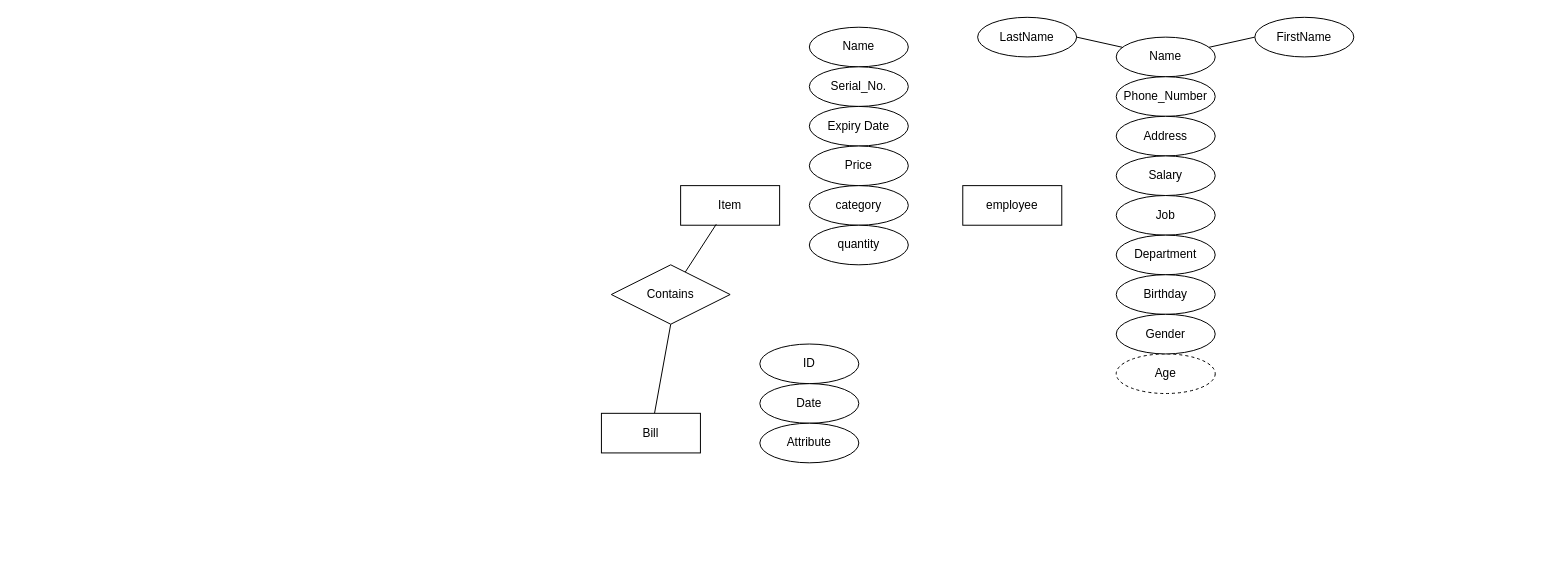
Earlier version of the draw.io diagram Untitled Diagram.drawio (Ray-Xerxes/Dating-app). Source tidied: cells renumbered, new cells numbered last; positions are measured from the earlier drawing's top-left corner, leaving out a move shared by most shapes. Both pictures are drawn from the tidied source at 99%, with x=0, y=0 at pixel (601, 17).
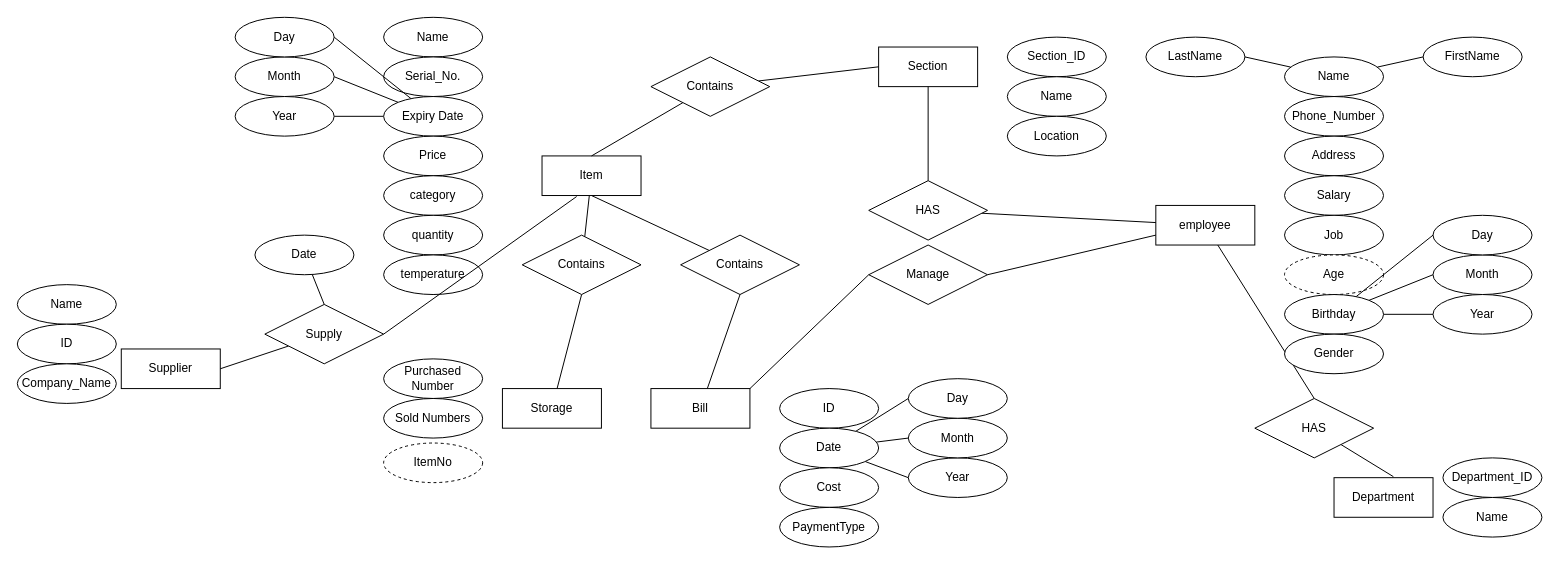
The same page after the edit.

Diff of the diagram source:
```diff
@@
     <mxCell id="2" value="Item" style="whiteSpace=wrap;html=1;align=center;" parent="1" vertex="1">
-      <mxGeometry x="80" y="170" width="100" height="40" as="geometry" />
+      <mxGeometry x="-60" y="140" width="100" height="40" as="geometry" />
     </mxCell>
     <mxCell id="3" value="Name&lt;br&gt;" style="ellipse;whiteSpace=wrap;html=1;align=center;" parent="1" vertex="1">
-      <mxGeometry x="210" y="10" width="100" height="40" as="geometry" />
+      <mxGeometry x="-220" width="100" height="40" as="geometry" />
     </mxCell>
     <mxCell id="4" value="Serial_No." style="ellipse;whiteSpace=wrap;html=1;align=center;" parent="1" vertex="1">
-      <mxGeometry x="210" y="50" width="100" height="40" as="geometry" />
+      <mxGeometry x="-220" y="40" width="100" height="40" as="geometry" />
     </mxCell>
+    <mxCell id="30" style="edgeStyle=none;rounded=0;jettySize=auto;html=1;entryX=1;entryY=0.5;entryDx=0;entryDy=0;endArrow=none;endFill=0;" parent="1" edge="1" source="5" target="52">
+      <mxGeometry relative="1" as="geometry" />
+    </mxCell>
+    <mxCell id="31" style="edgeStyle=none;rounded=0;jettySize=auto;html=1;entryX=1;entryY=0.5;entryDx=0;entryDy=0;endArrow=none;endFill=0;" parent="1" edge="1" source="5" target="53">
+      <mxGeometry relative="1" as="geometry" />
+    </mxCell>
+    <mxCell id="32" style="edgeStyle=none;rounded=0;jettySize=auto;html=1;endArrow=none;endFill=0;" parent="1" edge="1" source="5">
+      <mxGeometry relative="1" as="geometry">
+        <mxPoint x="-270" y="20" as="targetPoint" />
+      </mxGeometry>
+    </mxCell>
     <mxCell id="5" value="Expiry Date" style="ellipse;whiteSpace=wrap;html=1;align=center;" parent="1" vertex="1">
-      <mxGeometry x="210" y="90" width="100" height="40" as="geometry" />
+      <mxGeometry x="-220" y="80" width="100" height="40" as="geometry" />
     </mxCell>
     <mxCell id="6" value="Price&lt;br&gt;" style="ellipse;whiteSpace=wrap;html=1;align=center;" parent="1" vertex="1">
-      <mxGeometry x="210" y="130" width="100" height="40" as="geometry" />
+      <mxGeometry x="-220" y="120" width="100" height="40" as="geometry" />
     </mxCell>
     <mxCell id="7" value="category" style="ellipse;whiteSpace=wrap;html=1;align=center;" parent="1" vertex="1">
-      <mxGeometry x="210" y="170" width="100" height="40" as="geometry" />
+      <mxGeometry x="-220" y="160" width="100" height="40" as="geometry" />
     </mxCell>
     <mxCell id="8" value="quantity" style="ellipse;whiteSpace=wrap;html=1;align=center;" parent="1" vertex="1">
-      <mxGeometry x="210" y="210" width="100" height="40" as="geometry" />
+      <mxGeometry x="-220" y="200" width="100" height="40" as="geometry" />
     </mxCell>
+    <mxCell id="33" style="edgeStyle=none;rounded=0;jettySize=auto;html=1;entryX=0.5;entryY=0;entryDx=0;entryDy=0;endArrow=none;endFill=0;" parent="1" edge="1" source="9" target="45">
+      <mxGeometry relative="1" as="geometry" />
+    </mxCell>
     <mxCell id="9" value="employee" style="whiteSpace=wrap;html=1;align=center;" parent="1" vertex="1">
-      <mxGeometry x="365" y="170" width="100" height="40" as="geometry" />
+      <mxGeometry x="560" y="190" width="100" height="40" as="geometry" />
     </mxCell>
@@
     <mxCell id="12" value="Name" style="ellipse;whiteSpace=wrap;html=1;align=center;" parent="1" vertex="1">
-      <mxGeometry x="520" y="20" width="100" height="40" as="geometry" />
+      <mxGeometry x="690" y="40" width="100" height="40" as="geometry" />
     </mxCell>
     <mxCell id="13" value="Phone_Number" style="ellipse;whiteSpace=wrap;html=1;align=center;" parent="1" vertex="1">
-      <mxGeometry x="520" y="60" width="100" height="40" as="geometry" />
+      <mxGeometry x="690" y="80" width="100" height="40" as="geometry" />
     </mxCell>
     <mxCell id="14" value="Address" style="ellipse;whiteSpace=wrap;html=1;align=center;" parent="1" vertex="1">
-      <mxGeometry x="520" y="100" width="100" height="40" as="geometry" />
+      <mxGeometry x="690" y="120" width="100" height="40" as="geometry" />
     </mxCell>
     <mxCell id="15" value="Salary" style="ellipse;whiteSpace=wrap;html=1;align=center;" parent="1" vertex="1">
-      <mxGeometry x="520" y="140" width="100" height="40" as="geometry" />
+      <mxGeometry x="690" y="160" width="100" height="40" as="geometry" />
     </mxCell>
     <mxCell id="16" value="Job" style="ellipse;whiteSpace=wrap;html=1;align=center;" parent="1" vertex="1">
-      <mxGeometry x="520" y="180" width="100" height="40" as="geometry" />
+      <mxGeometry x="690" y="200" width="100" height="40" as="geometry" />
     </mxCell>
-    <mxCell id="17" value="Department" style="ellipse;whiteSpace=wrap;html=1;align=center;" parent="1" vertex="1">
-      <mxGeometry x="520" y="220" width="100" height="40" as="geometry" />
-    </mxCell>
     <mxCell id="18" value="Age" style="ellipse;whiteSpace=wrap;html=1;align=center;dashed=1;" parent="1" vertex="1">
-      <mxGeometry x="520" y="340" width="100" height="40" as="geometry" />
+      <mxGeometry x="690" y="240" width="100" height="40" as="geometry" />
     </mxCell>
+    <mxCell id="34" style="edgeStyle=none;rounded=0;jettySize=auto;html=1;entryX=0;entryY=0.5;entryDx=0;entryDy=0;endArrow=none;endFill=0;" parent="1" edge="1" source="19" target="51">
+      <mxGeometry relative="1" as="geometry" />
+    </mxCell>
+    <mxCell id="35" style="edgeStyle=none;rounded=0;jettySize=auto;html=1;entryX=0;entryY=0.5;entryDx=0;entryDy=0;endArrow=none;endFill=0;" parent="1" edge="1" source="19" target="50">
+      <mxGeometry relative="1" as="geometry" />
+    </mxCell>
+    <mxCell id="36" style="edgeStyle=none;rounded=0;jettySize=auto;html=1;entryX=0;entryY=0.5;entryDx=0;entryDy=0;endArrow=none;endFill=0;" parent="1" edge="1" source="19" target="49">
+      <mxGeometry relative="1" as="geometry" />
+    </mxCell>
     <mxCell id="19" value="Birthday" style="ellipse;whiteSpace=wrap;html=1;align=center;" parent="1" vertex="1">
-      <mxGeometry x="520" y="260" width="100" height="40" as="geometry" />
+      <mxGeometry x="690" y="280" width="100" height="40" as="geometry" />
     </mxCell>
     <mxCell id="20" value="Gender" style="ellipse;whiteSpace=wrap;html=1;align=center;" parent="1" vertex="1">
-      <mxGeometry x="520" y="300" width="100" height="40" as="geometry" />
+      <mxGeometry x="690" y="320" width="100" height="40" as="geometry" />
     </mxCell>
     <mxCell id="21" value="FirstName" style="ellipse;whiteSpace=wrap;html=1;align=center;" parent="1" vertex="1">
-      <mxGeometry x="660" width="100" height="40" as="geometry" />
+      <mxGeometry x="830" y="20" width="100" height="40" as="geometry" />
     </mxCell>
     <mxCell id="22" value="LastName" style="ellipse;whiteSpace=wrap;html=1;align=center;" parent="1" vertex="1">
-      <mxGeometry x="380" width="100" height="40" as="geometry" />
+      <mxGeometry x="550" y="20" width="100" height="40" as="geometry" />
     </mxCell>
@@
+    <mxCell id="37" style="edgeStyle=none;rounded=0;jettySize=auto;html=1;entryX=0;entryY=0.5;entryDx=0;entryDy=0;endArrow=none;endFill=0;exitX=1;exitY=0;exitDx=0;exitDy=0;" parent="1" edge="1" source="24" target="43">
+      <mxGeometry relative="1" as="geometry" />
+    </mxCell>
     <mxCell id="24" value="Bill" style="whiteSpace=wrap;html=1;align=center;" parent="1" vertex="1">
-      <mxGeometry y="400" width="100" height="40" as="geometry" />
+      <mxGeometry x="50" y="375" width="100" height="40" as="geometry" />
     </mxCell>
     <mxCell id="25" value="ID" style="ellipse;whiteSpace=wrap;html=1;align=center;" parent="1" vertex="1">
-      <mxGeometry x="160" y="330" width="100" height="40" as="geometry" />
+      <mxGeometry x="180" y="375" width="100" height="40" as="geometry" />
     </mxCell>
+    <mxCell id="38" style="edgeStyle=none;rounded=0;jettySize=auto;html=1;entryX=0;entryY=0.5;entryDx=0;entryDy=0;endArrow=none;endFill=0;" parent="1" edge="1" source="26" target="57">
+      <mxGeometry relative="1" as="geometry" />
+    </mxCell>
+    <mxCell id="39" style="edgeStyle=none;rounded=0;jettySize=auto;html=1;entryX=0;entryY=0.5;entryDx=0;entryDy=0;endArrow=none;endFill=0;" parent="1" edge="1" source="26" target="56">
+      <mxGeometry relative="1" as="geometry" />
+    </mxCell>
+    <mxCell id="40" style="edgeStyle=none;rounded=0;jettySize=auto;html=1;entryX=0;entryY=0.5;entryDx=0;entryDy=0;endArrow=none;endFill=0;" parent="1" edge="1" source="26" target="55">
+      <mxGeometry relative="1" as="geometry" />
+    </mxCell>
     <mxCell id="26" value="Date" style="ellipse;whiteSpace=wrap;html=1;align=center;" parent="1" vertex="1">
-      <mxGeometry x="160" y="370" width="100" height="40" as="geometry" />
+      <mxGeometry x="180" y="415" width="100" height="40" as="geometry" />
     </mxCell>
-    <mxCell id="27" value="Attribute" style="ellipse;whiteSpace=wrap;html=1;align=center;" parent="1" vertex="1">
-      <mxGeometry x="160" y="410" width="100" height="40" as="geometry" />
+    <mxCell id="27" value="Cost" style="ellipse;whiteSpace=wrap;html=1;align=center;" parent="1" vertex="1">
+      <mxGeometry x="180" y="455" width="100" height="40" as="geometry" />
     </mxCell>
-    <mxCell id="28" style="edgeStyle=none;rounded=0;jettySize=auto;html=1;entryX=0.36;entryY=0.975;entryDx=0;entryDy=0;entryPerimeter=0;endArrow=none;endFill=0;" parent="1" edge="1" source="29" target="2">
+    <mxCell id="28" style="edgeStyle=none;rounded=0;jettySize=auto;html=1;entryX=0.5;entryY=1;entryDx=0;entryDy=0;endArrow=none;endFill=0;" parent="1" edge="1" source="29" target="2">
       <mxGeometry relative="1" as="geometry" />
     </mxCell>
     <mxCell id="29" value="Contains" style="shape=rhombus;perimeter=rhombusPerimeter;whiteSpace=wrap;html=1;align=center;" parent="1" vertex="1">
-      <mxGeometry x="10" y="250" width="120" height="60" as="geometry" />
+      <mxGeometry x="80" y="220" width="120" height="60" as="geometry" />
     </mxCell>
+    <mxCell id="41" value="PaymentType" style="ellipse;whiteSpace=wrap;html=1;align=center;" parent="1" vertex="1">
+      <mxGeometry x="180" y="495" width="100" height="40" as="geometry" />
+    </mxCell>
+    <mxCell id="42" style="edgeStyle=none;rounded=0;jettySize=auto;html=1;entryX=0;entryY=0.75;entryDx=0;entryDy=0;endArrow=none;endFill=0;exitX=1;exitY=0.5;exitDx=0;exitDy=0;" parent="1" edge="1" source="43" target="9">
+      <mxGeometry relative="1" as="geometry" />
+    </mxCell>
+    <mxCell id="43" value="Manage" style="shape=rhombus;perimeter=rhombusPerimeter;whiteSpace=wrap;html=1;align=center;" parent="1" vertex="1">
+      <mxGeometry x="270" y="230" width="120" height="60" as="geometry" />
+    </mxCell>
+    <mxCell id="17" value="Department" style="whiteSpace=wrap;html=1;align=center;" parent="1" vertex="1">
+      <mxGeometry x="740" y="465" width="100" height="40" as="geometry" />
+    </mxCell>
+    <mxCell id="44" style="edgeStyle=none;rounded=0;jettySize=auto;html=1;entryX=0.6;entryY=-0.025;entryDx=0;entryDy=0;entryPerimeter=0;endArrow=none;endFill=0;" parent="1" edge="1" source="45" target="17">
+      <mxGeometry relative="1" as="geometry" />
+    </mxCell>
+    <mxCell id="45" value="HAS" style="shape=rhombus;perimeter=rhombusPerimeter;whiteSpace=wrap;html=1;align=center;" parent="1" vertex="1">
+      <mxGeometry x="660" y="385" width="120" height="60" as="geometry" />
+    </mxCell>
+    <mxCell id="46" value="Department_ID" style="ellipse;whiteSpace=wrap;html=1;align=center;" parent="1" vertex="1">
+      <mxGeometry x="850" y="445" width="100" height="40" as="geometry" />
+    </mxCell>
+    <mxCell id="47" value="Name" style="ellipse;whiteSpace=wrap;html=1;align=center;" parent="1" vertex="1">
+      <mxGeometry x="850" y="485" width="100" height="40" as="geometry" />
+    </mxCell>
+    <mxCell id="48" value="temperature" style="ellipse;whiteSpace=wrap;html=1;align=center;" parent="1" vertex="1">
+      <mxGeometry x="-220" y="240" width="100" height="40" as="geometry" />
+    </mxCell>
+    <mxCell id="49" value="Year" style="ellipse;whiteSpace=wrap;html=1;align=center;" parent="1" vertex="1">
+      <mxGeometry x="840" y="280" width="100" height="40" as="geometry" />
+    </mxCell>
+    <mxCell id="50" value="Month" style="ellipse;whiteSpace=wrap;html=1;align=center;" parent="1" vertex="1">
+      <mxGeometry x="840" y="240" width="100" height="40" as="geometry" />
+    </mxCell>
+    <mxCell id="51" value="Day" style="ellipse;whiteSpace=wrap;html=1;align=center;" parent="1" vertex="1">
+      <mxGeometry x="840" y="200" width="100" height="40" as="geometry" />
+    </mxCell>
+    <mxCell id="52" value="Year" style="ellipse;whiteSpace=wrap;html=1;align=center;" parent="1" vertex="1">
+      <mxGeometry x="-370" y="80" width="100" height="40" as="geometry" />
+    </mxCell>
+    <mxCell id="53" value="Month" style="ellipse;whiteSpace=wrap;html=1;align=center;" parent="1" vertex="1">
+      <mxGeometry x="-370" y="40" width="100" height="40" as="geometry" />
+    </mxCell>
+    <mxCell id="54" value="Day" style="ellipse;whiteSpace=wrap;html=1;align=center;" parent="1" vertex="1">
+      <mxGeometry x="-370" width="100" height="40" as="geometry" />
+    </mxCell>
+    <mxCell id="55" value="Year" style="ellipse;whiteSpace=wrap;html=1;align=center;" parent="1" vertex="1">
+      <mxGeometry x="310" y="445" width="100" height="40" as="geometry" />
+    </mxCell>
+    <mxCell id="56" value="Month" style="ellipse;whiteSpace=wrap;html=1;align=center;" parent="1" vertex="1">
+      <mxGeometry x="310" y="405" width="100" height="40" as="geometry" />
+    </mxCell>
+    <mxCell id="57" value="Day" style="ellipse;whiteSpace=wrap;html=1;align=center;" parent="1" vertex="1">
+      <mxGeometry x="310" y="365" width="100" height="40" as="geometry" />
+    </mxCell>
+    <mxCell id="58" value="Section" style="whiteSpace=wrap;html=1;align=center;" parent="1" vertex="1">
+      <mxGeometry x="280" y="30" width="100" height="40" as="geometry" />
+    </mxCell>
+    <mxCell id="59" value="Section_ID" style="ellipse;whiteSpace=wrap;html=1;align=center;" parent="1" vertex="1">
+      <mxGeometry x="410" y="20" width="100" height="40" as="geometry" />
+    </mxCell>
+    <mxCell id="60" value="Name" style="ellipse;whiteSpace=wrap;html=1;align=center;" parent="1" vertex="1">
+      <mxGeometry x="410" y="60" width="100" height="40" as="geometry" />
+    </mxCell>
+    <mxCell id="61" style="edgeStyle=none;rounded=0;jettySize=auto;html=1;endArrow=none;endFill=0;" parent="1" edge="1" source="63" target="9">
+      <mxGeometry relative="1" as="geometry" />
+    </mxCell>
+    <mxCell id="62" style="edgeStyle=none;rounded=0;jettySize=auto;html=1;endArrow=none;endFill=0;" parent="1" edge="1" source="63" target="58">
+      <mxGeometry relative="1" as="geometry" />
+    </mxCell>
+    <mxCell id="63" value="HAS" style="shape=rhombus;perimeter=rhombusPerimeter;whiteSpace=wrap;html=1;align=center;" parent="1" vertex="1">
+      <mxGeometry x="270" y="165" width="120" height="60" as="geometry" />
+    </mxCell>
+    <mxCell id="64" value="Location" style="ellipse;whiteSpace=wrap;html=1;align=center;" parent="1" vertex="1">
+      <mxGeometry x="410" y="100" width="100" height="40" as="geometry" />
+    </mxCell>
+    <mxCell id="65" style="edgeStyle=none;rounded=0;jettySize=auto;html=1;entryX=0.5;entryY=0;entryDx=0;entryDy=0;endArrow=none;endFill=0;" parent="1" edge="1" source="67" target="2">
+      <mxGeometry relative="1" as="geometry" />
+    </mxCell>
+    <mxCell id="66" style="edgeStyle=none;rounded=0;jettySize=auto;html=1;entryX=0;entryY=0.5;entryDx=0;entryDy=0;endArrow=none;endFill=0;" parent="1" edge="1" source="67" target="58">
+      <mxGeometry relative="1" as="geometry" />
+    </mxCell>
+    <mxCell id="67" value="Contains" style="shape=rhombus;perimeter=rhombusPerimeter;whiteSpace=wrap;html=1;align=center;" parent="1" vertex="1">
+      <mxGeometry x="50" y="40" width="120" height="60" as="geometry" />
+    </mxCell>
+    <mxCell id="68" style="edgeStyle=none;rounded=0;jettySize=auto;html=1;entryX=0.5;entryY=1;entryDx=0;entryDy=0;endArrow=none;endFill=0;" parent="1" edge="1" source="69" target="74">
+      <mxGeometry relative="1" as="geometry" />
+    </mxCell>
+    <mxCell id="69" value="Storage" style="whiteSpace=wrap;html=1;align=center;" parent="1" vertex="1">
+      <mxGeometry x="-100" y="375" width="100" height="40" as="geometry" />
+    </mxCell>
+    <mxCell id="70" value="Purchased Number" style="ellipse;whiteSpace=wrap;html=1;align=center;" parent="1" vertex="1">
+      <mxGeometry x="-220" y="345" width="100" height="40" as="geometry" />
+    </mxCell>
+    <mxCell id="71" value="Sold Numbers" style="ellipse;whiteSpace=wrap;html=1;align=center;" parent="1" vertex="1">
+      <mxGeometry x="-220" y="385" width="100" height="40" as="geometry" />
+    </mxCell>
+    <mxCell id="72" value="ItemNo" style="ellipse;whiteSpace=wrap;html=1;align=center;dashed=1;" parent="1" vertex="1">
+      <mxGeometry x="-220" y="430" width="100" height="40" as="geometry" />
+    </mxCell>
+    <mxCell id="73" style="edgeStyle=none;rounded=0;jettySize=auto;html=1;endArrow=none;endFill=0;" parent="1" edge="1" source="74" target="2">
+      <mxGeometry relative="1" as="geometry" />
+    </mxCell>
+    <mxCell id="74" value="Contains" style="shape=rhombus;perimeter=rhombusPerimeter;whiteSpace=wrap;html=1;align=center;" parent="1" vertex="1">
+      <mxGeometry x="-80" y="220" width="120" height="60" as="geometry" />
+    </mxCell>
+    <mxCell id="75" value="Supplier" style="whiteSpace=wrap;html=1;align=center;" parent="1" vertex="1">
+      <mxGeometry x="-485" y="335" width="100" height="40" as="geometry" />
+    </mxCell>
+    <mxCell id="76" value="Name" style="ellipse;whiteSpace=wrap;html=1;align=center;" parent="1" vertex="1">
+      <mxGeometry x="-590" y="270" width="100" height="40" as="geometry" />
+    </mxCell>
+    <mxCell id="77" value="ID" style="ellipse;whiteSpace=wrap;html=1;align=center;" parent="1" vertex="1">
+      <mxGeometry x="-590" y="310" width="100" height="40" as="geometry" />
+    </mxCell>
+    <mxCell id="78" style="edgeStyle=none;rounded=0;jettySize=auto;html=1;entryX=0.35;entryY=1.025;entryDx=0;entryDy=0;endArrow=none;endFill=0;exitX=1;exitY=0.5;exitDx=0;exitDy=0;entryPerimeter=0;" parent="1" edge="1" source="81" target="2">
+      <mxGeometry relative="1" as="geometry" />
+    </mxCell>
+    <mxCell id="79" style="edgeStyle=none;rounded=0;jettySize=auto;html=1;entryX=1;entryY=0.5;entryDx=0;entryDy=0;endArrow=none;endFill=0;" parent="1" edge="1" source="81" target="75">
+      <mxGeometry relative="1" as="geometry" />
+    </mxCell>
+    <mxCell id="80" style="edgeStyle=none;rounded=0;jettySize=auto;html=1;exitX=0.5;exitY=0;exitDx=0;exitDy=0;endArrow=none;endFill=0;" parent="1" edge="1" source="81">
+      <mxGeometry relative="1" as="geometry">
+        <mxPoint x="-292.1" y="259.7" as="targetPoint" />
+      </mxGeometry>
+    </mxCell>
+    <mxCell id="81" value="Supply" style="shape=rhombus;perimeter=rhombusPerimeter;whiteSpace=wrap;html=1;align=center;" parent="1" vertex="1">
+      <mxGeometry x="-340" y="290" width="120" height="60" as="geometry" />
+    </mxCell>
+    <mxCell id="82" value="Company_Name" style="ellipse;whiteSpace=wrap;html=1;align=center;" parent="1" vertex="1">
+      <mxGeometry x="-590" y="350" width="100" height="40" as="geometry" />
+    </mxCell>
+    <mxCell id="83" value="Date" style="ellipse;whiteSpace=wrap;html=1;align=center;" parent="1" vertex="1">
+      <mxGeometry x="-350" y="220" width="100" height="40" as="geometry" />
+    </mxCell>
```
